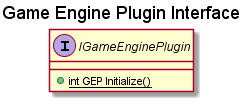
Before: GameEnginePlugin/Docs/GameEnginePluginInterface.png, a diagram exported from PlantUML (stevostj/Sandbox). Its diagram source:
```plantuml
@startuml

title "Game Engine Plugin Interface"

interface "IGameEnginePlugin"  as IGEP {
    + {static} int GEP Initialize()
}

@enduml
```
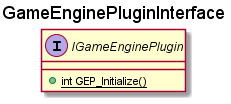
Above is the later version.

The edit, as a diff of the source:
```diff
@@ -1,9 +1,9 @@
 @startuml
 
-title "Game Engine Plugin Interface"
+title "GameEnginePluginInterface"
 
 interface "IGameEnginePlugin"  as IGEP {
-    + {static} int GEP Initialize()
+    + {static} int GEP_Initialize()
 }
 
 @enduml
```
